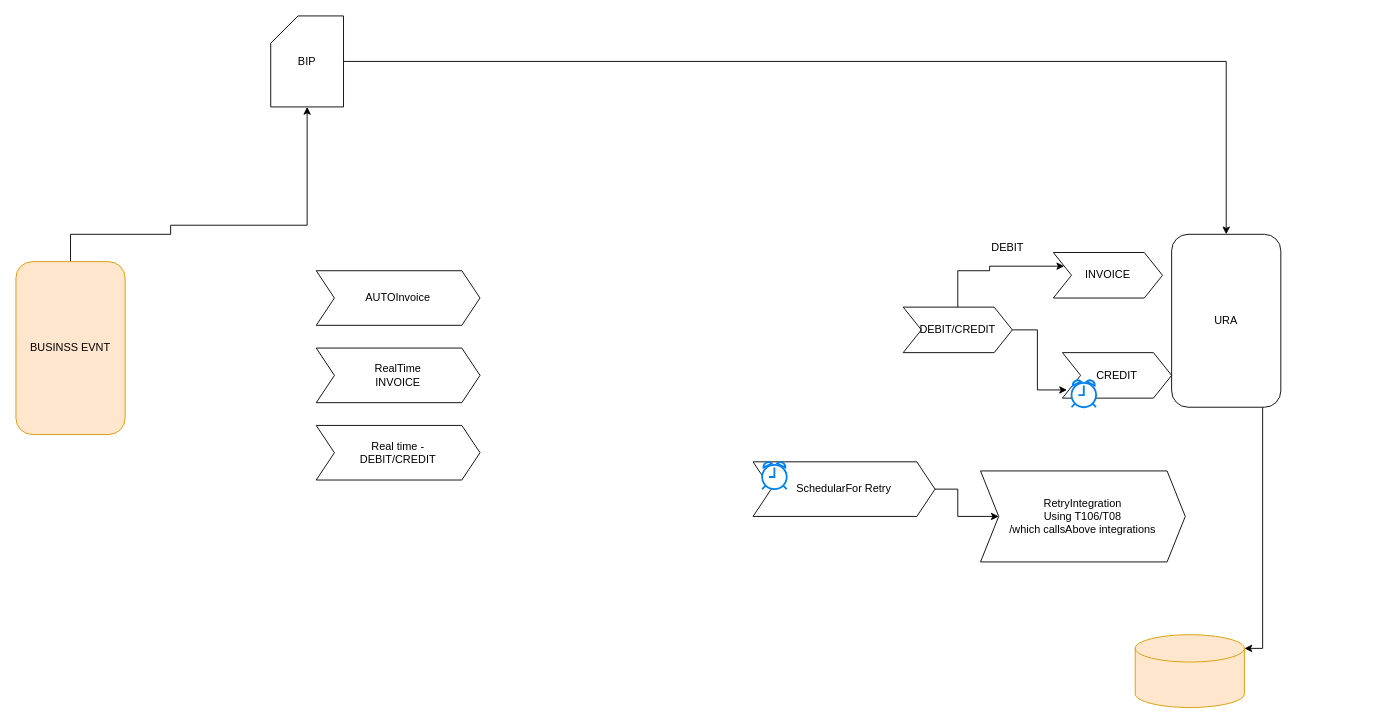
Earlier version of the draw.io diagram Untitled Diagram.drawio (anantwag19/Workspace). Source tidied: cells renumbered, new cells numbered last; positions are measured from the earlier drawing's top-left corner, leaving out a move shared by most shapes. Both pictures are drawn from the tidied source at 91%, with x=0, y=0 at pixel (15, 15).
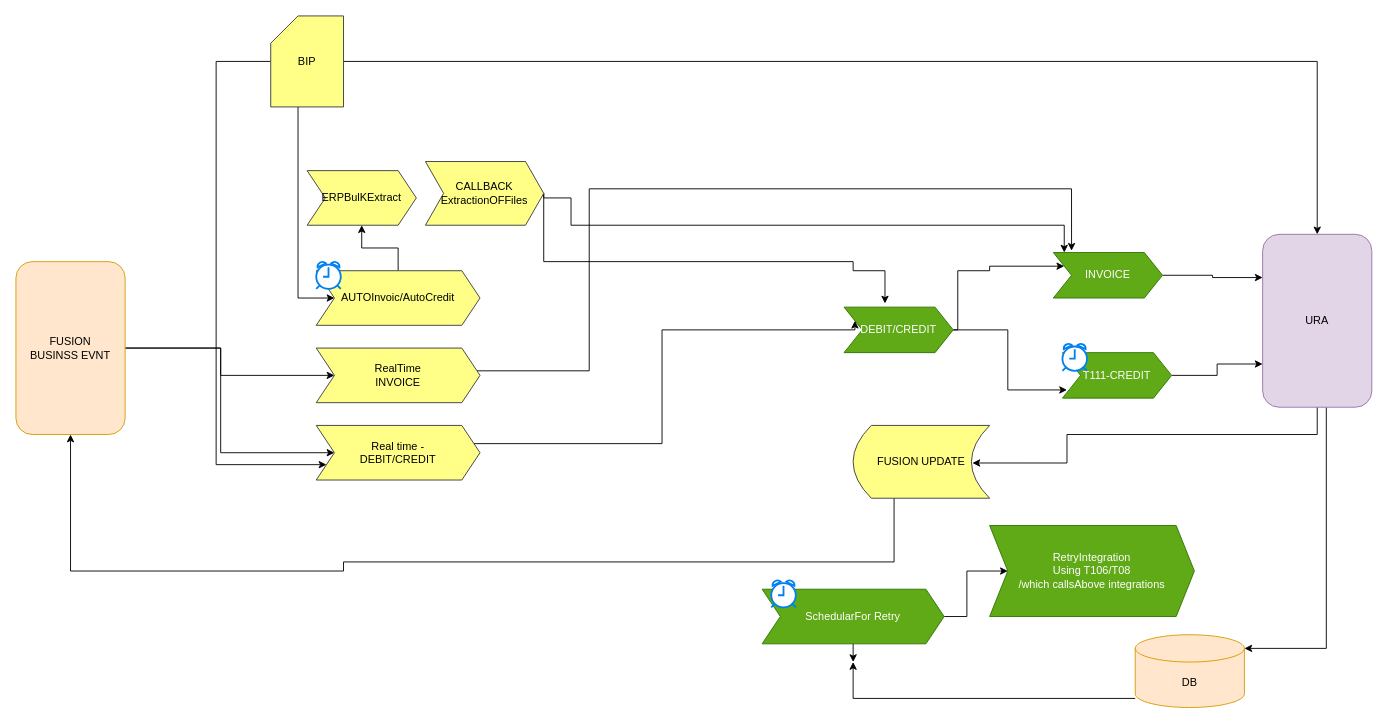
Above is the later version.

What changed in the source:
```diff
@@
-    <mxCell id="2" style="edgeStyle=orthogonalEdgeStyle;rounded=0;jettySize=auto;html=1;" parent="1" edge="1" source="3" target="8">
-      <mxGeometry relative="1" as="geometry">
-        <Array as="points">
-          <mxPoint x="60" y="240" />
-          <mxPoint x="170" y="240" />
-          <mxPoint x="170" y="230" />
-          <mxPoint x="320" y="230" />
-        </Array>
-      </mxGeometry>
-    </mxCell>
+    <mxCell id="23" style="edgeStyle=orthogonalEdgeStyle;rounded=0;jettySize=auto;html=1;" parent="1" edge="1" source="3" target="21">
+      <mxGeometry relative="1" as="geometry" />
+    </mxCell>
+    <mxCell id="24" style="edgeStyle=orthogonalEdgeStyle;rounded=0;jettySize=auto;html=1;" parent="1" edge="1" source="3" target="22">
+      <mxGeometry relative="1" as="geometry" />
+    </mxCell>
-    <mxCell id="3" value="BUSINSS EVNT" style="rounded=1;whiteSpace=wrap;html=1;hachureGap=4;fillColor=#ffe6cc;strokeColor=#d79b00;" parent="1" vertex="1">
+    <mxCell id="3" value="&lt;div&gt;FUSION&lt;/div&gt;&lt;div&gt;BUSINSS EVNT&lt;/div&gt;" style="rounded=1;whiteSpace=wrap;html=1;hachureGap=4;fillColor=#ffe6cc;strokeColor=#d79b00;" parent="1" vertex="1">
       <mxGeometry y="270" width="120" height="190" as="geometry" />
     </mxCell>
     <mxCell id="4" style="edgeStyle=orthogonalEdgeStyle;rounded=0;jettySize=auto;html=1;entryX=1;entryY=0;entryDx=0;entryDy=15;entryPerimeter=0;" parent="1" edge="1" source="5" target="6">
       <mxGeometry relative="1" as="geometry">
         <Array as="points">
-          <mxPoint x="1370" y="695" />
+          <mxPoint x="1440" y="695" />
         </Array>
       </mxGeometry>
     </mxCell>
+    <mxCell id="25" style="edgeStyle=orthogonalEdgeStyle;rounded=0;jettySize=auto;html=1;entryX=0.874;entryY=0.516;entryDx=0;entryDy=0;entryPerimeter=0;" parent="1" edge="1" source="5" target="36">
+      <mxGeometry relative="1" as="geometry">
+        <Array as="points">
+          <mxPoint x="1430" y="460" />
+          <mxPoint x="1155" y="460" />
+          <mxPoint x="1155" y="491" />
+        </Array>
+      </mxGeometry>
+    </mxCell>
-    <mxCell id="5" value="URA " style="rounded=1;whiteSpace=wrap;html=1;hachureGap=4;" parent="1" vertex="1">
-      <mxGeometry x="1270" y="240" width="120" height="190" as="geometry" />
+    <mxCell id="5" value="URA " style="rounded=1;whiteSpace=wrap;html=1;hachureGap=4;fillColor=#e1d5e7;strokeColor=#9673a6;" parent="1" vertex="1">
+      <mxGeometry x="1370" y="240" width="120" height="190" as="geometry" />
     </mxCell>
+    <mxCell id="26" style="edgeStyle=orthogonalEdgeStyle;rounded=0;jettySize=auto;html=1;" parent="1" edge="1" source="6">
+      <mxGeometry relative="1" as="geometry">
+        <mxPoint x="920" y="710" as="targetPoint" />
+        <Array as="points">
+          <mxPoint x="920" y="750" />
+        </Array>
+      </mxGeometry>
+    </mxCell>
-    <mxCell id="6" style="shape=cylinder3;whiteSpace=wrap;html=1;boundedLbl=1;backgroundOutline=1;size=15;hachureGap=4;fillColor=#ffe6cc;strokeColor=#d79b00;" parent="1" vertex="1">
+    <mxCell id="6" value="DB" style="shape=cylinder3;whiteSpace=wrap;html=1;boundedLbl=1;backgroundOutline=1;size=15;hachureGap=4;fillColor=#ffe6cc;strokeColor=#d79b00;" parent="1" vertex="1">
       <mxGeometry x="1230" y="680" width="120" height="80" as="geometry" />
     </mxCell>
@@
+    <mxCell id="27" style="edgeStyle=orthogonalEdgeStyle;rounded=0;jettySize=auto;html=1;entryX=0;entryY=0.75;entryDx=0;entryDy=0;" parent="1" edge="1" source="8" target="22">
+      <mxGeometry relative="1" as="geometry">
+        <Array as="points">
+          <mxPoint x="220" y="50" />
+          <mxPoint x="220" y="493" />
+        </Array>
+      </mxGeometry>
+    </mxCell>
+    <mxCell id="28" style="edgeStyle=orthogonalEdgeStyle;rounded=0;jettySize=auto;html=1;" parent="1" edge="1" source="8" target="20">
+      <mxGeometry relative="1" as="geometry">
+        <Array as="points">
+          <mxPoint x="310" y="310" />
+        </Array>
+      </mxGeometry>
+    </mxCell>
-    <mxCell id="8" value="BIP" style="shape=card;whiteSpace=wrap;html=1;" parent="1" vertex="1">
+    <mxCell id="8" value="BIP" style="shape=card;whiteSpace=wrap;html=1;fillColor=#ffff88;strokeColor=#36393d;" parent="1" vertex="1">
       <mxGeometry x="280" width="80" height="100" as="geometry" />
     </mxCell>
+    <mxCell id="29" style="edgeStyle=orthogonalEdgeStyle;rounded=0;jettySize=auto;html=1;entryX=0;entryY=0.25;entryDx=0;entryDy=0;" parent="1" edge="1" source="9" target="5">
+      <mxGeometry relative="1" as="geometry" />
+    </mxCell>
-    <mxCell id="9" value="INVOICE" style="shape=step;perimeter=stepPerimeter;whiteSpace=wrap;html=1;fixedSize=1;" parent="1" vertex="1">
+    <mxCell id="9" value="INVOICE" style="shape=step;perimeter=stepPerimeter;whiteSpace=wrap;html=1;fixedSize=1;fillColor=#60a917;fontColor=#ffffff;strokeColor=#2D7600;" parent="1" vertex="1">
       <mxGeometry x="1140" y="260" width="120" height="50" as="geometry" />
     </mxCell>
@@
-    <mxCell id="12" value="DEBIT/CREDIT" style="shape=step;perimeter=stepPerimeter;whiteSpace=wrap;html=1;fixedSize=1;" parent="1" vertex="1">
-      <mxGeometry x="975" y="320" width="120" height="50" as="geometry" />
+    <mxCell id="12" value="DEBIT/CREDIT" style="shape=step;perimeter=stepPerimeter;whiteSpace=wrap;html=1;fixedSize=1;fillColor=#60a917;fontColor=#ffffff;strokeColor=#2D7600;" parent="1" vertex="1">
+      <mxGeometry x="910" y="320" width="120" height="50" as="geometry" />
     </mxCell>
+    <mxCell id="30" style="edgeStyle=orthogonalEdgeStyle;rounded=0;jettySize=auto;html=1;entryX=0;entryY=0.75;entryDx=0;entryDy=0;" parent="1" edge="1" source="13" target="5">
+      <mxGeometry relative="1" as="geometry" />
+    </mxCell>
-    <mxCell id="13" value="CREDIT" style="shape=step;perimeter=stepPerimeter;whiteSpace=wrap;html=1;fixedSize=1;" parent="1" vertex="1">
+    <mxCell id="13" value="T111-CREDIT" style="shape=step;perimeter=stepPerimeter;whiteSpace=wrap;html=1;fixedSize=1;fillColor=#60a917;fontColor=#ffffff;strokeColor=#2D7600;" parent="1" vertex="1">
       <mxGeometry x="1150" y="370" width="120" height="50" as="geometry" />
     </mxCell>
-    <mxCell id="14" value="DEBIT" style="text;html=1;strokeColor=none;fillColor=none;align=center;verticalAlign=middle;whiteSpace=wrap;rounded=0;" parent="1" vertex="1">
-      <mxGeometry x="1060" y="240" width="60" height="30" as="geometry" />
-    </mxCell>
     <mxCell id="15" style="html=1;verticalLabelPosition=bottom;align=center;labelBackgroundColor=#ffffff;verticalAlign=top;strokeWidth=2;strokeColor=#0080F0;shadow=0;dashed=0;shape=mxgraph.ios7.icons.alarm_clock;" parent="1" vertex="1">
-      <mxGeometry x="1160" y="400" width="27" height="30" as="geometry" />
+      <mxGeometry x="1150" y="360" width="27" height="30" as="geometry" />
     </mxCell>
@@
+    <mxCell id="31" style="edgeStyle=orthogonalEdgeStyle;rounded=0;jettySize=auto;html=1;" parent="1" edge="1" source="17">
+      <mxGeometry relative="1" as="geometry">
+        <mxPoint x="920" y="710" as="targetPoint" />
+      </mxGeometry>
+    </mxCell>
-    <mxCell id="17" value="SchedularFor Retry" style="shape=step;perimeter=stepPerimeter;whiteSpace=wrap;html=1;fixedSize=1;" parent="1" vertex="1">
-      <mxGeometry x="810" y="490" width="200" height="60" as="geometry" />
+    <mxCell id="17" value="SchedularFor Retry" style="shape=step;perimeter=stepPerimeter;whiteSpace=wrap;html=1;fixedSize=1;fillColor=#60a917;strokeColor=#2D7600;fontColor=#ffffff;" parent="1" vertex="1">
+      <mxGeometry x="820" y="630" width="200" height="60" as="geometry" />
     </mxCell>
     <mxCell id="18" style="html=1;verticalLabelPosition=bottom;align=center;labelBackgroundColor=#ffffff;verticalAlign=top;strokeWidth=2;strokeColor=#0080F0;shadow=0;dashed=0;shape=mxgraph.ios7.icons.alarm_clock;" parent="1" vertex="1">
-      <mxGeometry x="820" y="490" width="27" height="30" as="geometry" />
+      <mxGeometry x="830" y="620" width="27" height="30" as="geometry" />
     </mxCell>
-    <mxCell id="19" value="&lt;div&gt;RetryIntegration &lt;br&gt;&lt;/div&gt;&lt;div&gt;Using T106/T08&lt;/div&gt;&lt;div&gt;/which callsAbove integrations &lt;/div&gt;" style="shape=step;perimeter=stepPerimeter;whiteSpace=wrap;html=1;fixedSize=1;" parent="1" vertex="1">
-      <mxGeometry x="1060" y="500" width="225" height="100" as="geometry" />
+    <mxCell id="19" value="&lt;div&gt;RetryIntegration &lt;br&gt;&lt;/div&gt;&lt;div&gt;Using T106/T08&lt;/div&gt;&lt;div&gt;/which callsAbove integrations &lt;/div&gt;" style="shape=step;perimeter=stepPerimeter;whiteSpace=wrap;html=1;fixedSize=1;fillColor=#60a917;fontColor=#ffffff;strokeColor=#2D7600;" parent="1" vertex="1">
+      <mxGeometry x="1070" y="560" width="225" height="100" as="geometry" />
     </mxCell>
+    <mxCell id="32" style="edgeStyle=orthogonalEdgeStyle;rounded=0;jettySize=auto;html=1;" parent="1" edge="1" source="20" target="38">
+      <mxGeometry relative="1" as="geometry" />
+    </mxCell>
-    <mxCell id="20" value="AUTOInvoice " style="shape=step;perimeter=stepPerimeter;whiteSpace=wrap;html=1;fixedSize=1;" parent="1" vertex="1">
+    <mxCell id="20" value="AUTOInvoic/AutoCredit " style="shape=step;perimeter=stepPerimeter;whiteSpace=wrap;html=1;fixedSize=1;fillColor=#ffff88;strokeColor=#36393d;" parent="1" vertex="1">
       <mxGeometry x="330" y="280" width="180" height="60" as="geometry" />
     </mxCell>
+    <mxCell id="33" style="edgeStyle=orthogonalEdgeStyle;rounded=0;jettySize=auto;html=1;entryX=0.167;entryY=-0.04;entryDx=0;entryDy=0;entryPerimeter=0;" parent="1" edge="1" source="21" target="9">
+      <mxGeometry relative="1" as="geometry">
+        <Array as="points">
+          <mxPoint x="630" y="390" />
+          <mxPoint x="630" y="190" />
+          <mxPoint x="1160" y="190" />
+        </Array>
+      </mxGeometry>
+    </mxCell>
-    <mxCell id="21" value="&lt;div&gt;RealTime&lt;br&gt;&lt;/div&gt;&lt;div&gt;INVOICE&lt;/div&gt;" style="shape=step;perimeter=stepPerimeter;whiteSpace=wrap;html=1;fixedSize=1;" parent="1" vertex="1">
+    <mxCell id="21" value="&lt;div&gt;RealTime&lt;br&gt;&lt;/div&gt;&lt;div&gt;INVOICE&lt;/div&gt;" style="shape=step;perimeter=stepPerimeter;whiteSpace=wrap;html=1;fixedSize=1;fillColor=#ffff88;strokeColor=#36393d;" parent="1" vertex="1">
       <mxGeometry x="330" y="365" width="180" height="60" as="geometry" />
     </mxCell>
+    <mxCell id="34" style="edgeStyle=orthogonalEdgeStyle;rounded=0;jettySize=auto;html=1;entryX=0;entryY=0.25;entryDx=0;entryDy=0;" parent="1" edge="1" source="22" target="12">
+      <mxGeometry relative="1" as="geometry">
+        <Array as="points">
+          <mxPoint x="710" y="470" />
+          <mxPoint x="710" y="345" />
+          <mxPoint x="922" y="345" />
+        </Array>
+      </mxGeometry>
+    </mxCell>
-    <mxCell id="22" value="&lt;div&gt;Real time -&lt;/div&gt;&lt;div&gt;DEBIT/CREDIT&lt;/div&gt;" style="shape=step;perimeter=stepPerimeter;whiteSpace=wrap;html=1;fixedSize=1;" parent="1" vertex="1">
+    <mxCell id="22" value="&lt;div&gt;Real time -&lt;/div&gt;&lt;div&gt;DEBIT/CREDIT&lt;/div&gt;" style="shape=step;perimeter=stepPerimeter;whiteSpace=wrap;html=1;fixedSize=1;fillColor=#ffff88;strokeColor=#36393d;" parent="1" vertex="1">
       <mxGeometry x="330" y="450" width="180" height="60" as="geometry" />
     </mxCell>
+    <mxCell id="35" style="edgeStyle=orthogonalEdgeStyle;rounded=0;jettySize=auto;html=1;" parent="1" edge="1" source="36" target="3">
+      <mxGeometry relative="1" as="geometry">
+        <Array as="points">
+          <mxPoint x="965" y="600" />
+          <mxPoint x="360" y="600" />
+          <mxPoint x="360" y="610" />
+          <mxPoint x="60" y="610" />
+        </Array>
+      </mxGeometry>
+    </mxCell>
+    <mxCell id="36" value="FUSION UPDATE" style="shape=dataStorage;whiteSpace=wrap;html=1;fixedSize=1;fillColor=#ffff88;strokeColor=#36393d;" parent="1" vertex="1">
+      <mxGeometry x="920" y="450" width="150" height="80" as="geometry" />
+    </mxCell>
+    <mxCell id="37" style="html=1;verticalLabelPosition=bottom;align=center;labelBackgroundColor=#ffffff;verticalAlign=top;strokeWidth=2;strokeColor=#0080F0;shadow=0;dashed=0;shape=mxgraph.ios7.icons.alarm_clock;" parent="1" vertex="1">
+      <mxGeometry x="330" y="270" width="27" height="30" as="geometry" />
+    </mxCell>
+    <mxCell id="38" value="ERPBulKExtract" style="shape=step;perimeter=stepPerimeter;whiteSpace=wrap;html=1;fixedSize=1;fillColor=#ffff88;strokeColor=#36393d;" parent="1" vertex="1">
+      <mxGeometry x="320" y="170" width="120" height="60" as="geometry" />
+    </mxCell>
+    <mxCell id="39" style="edgeStyle=orthogonalEdgeStyle;rounded=0;jettySize=auto;html=1;entryX=0.1;entryY=0;entryDx=0;entryDy=0;entryPerimeter=0;exitX=1;exitY=0.5;exitDx=0;exitDy=0;" parent="1" edge="1" source="41" target="9">
+      <mxGeometry relative="1" as="geometry">
+        <Array as="points">
+          <mxPoint x="610" y="200" />
+          <mxPoint x="610" y="230" />
+          <mxPoint x="1152" y="230" />
+        </Array>
+      </mxGeometry>
+    </mxCell>
+    <mxCell id="40" style="edgeStyle=orthogonalEdgeStyle;rounded=0;jettySize=auto;html=1;entryX=0.375;entryY=-0.08;entryDx=0;entryDy=0;entryPerimeter=0;" parent="1" edge="1" source="41" target="12">
+      <mxGeometry relative="1" as="geometry">
+        <Array as="points">
+          <mxPoint x="580" y="200" />
+          <mxPoint x="580" y="270" />
+          <mxPoint x="920" y="270" />
+          <mxPoint x="920" y="280" />
+          <mxPoint x="955" y="280" />
+        </Array>
+      </mxGeometry>
+    </mxCell>
+    <mxCell id="41" value="&lt;div&gt;CALLBACK&lt;/div&gt;&lt;div&gt;ExtractionOFFiles&lt;br&gt;&lt;/div&gt;" style="shape=step;perimeter=stepPerimeter;whiteSpace=wrap;html=1;fixedSize=1;fillColor=#ffff88;strokeColor=#36393d;" parent="1" vertex="1">
+      <mxGeometry x="450" y="160" width="130" height="70" as="geometry" />
+    </mxCell>
```
